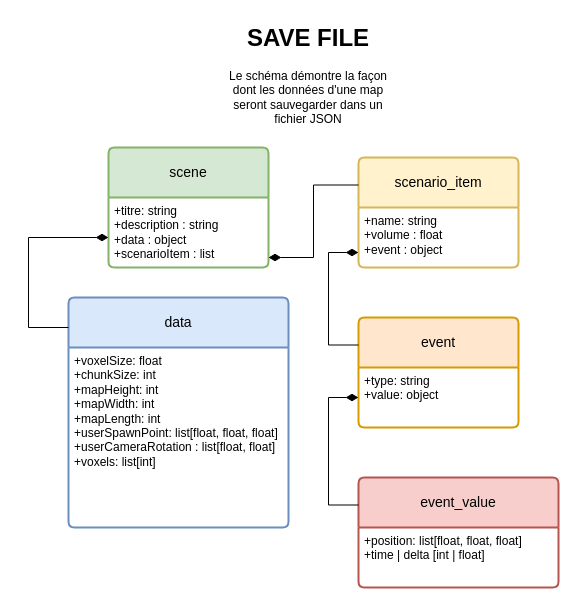
Cemecla/Acoustic-Tracing keeps this draw.io diagram as doc/UML/draw_format/ModeleMap.drawio. Above is the earlier version. Source tidied: cells renumbered, new cells numbered last; positions are measured from the earlier drawing's top-left corner, leaving out a move shared by most shapes. Both pictures are drawn from the tidied source at 100%, with x=0, y=0 at pixel (28, 17).
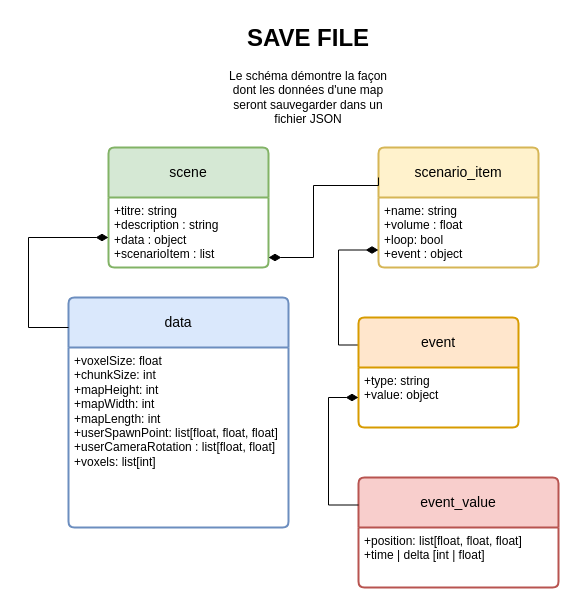
The same diagram, later.

The change refers to these unchanged cells:
```xml
<mxCell id="6" value="event" style="swimlane;horizontal=1;startSize=50;rounded=1;fontSize=14;fontStyle=0;strokeWidth=2;shadow=0;dashed=0;align=center;arcSize=4;whiteSpace=wrap;html=1;fillColor=#ffe6cc;strokeColor=#d79b00;" parent="1" vertex="1">
  <mxGeometry x="330" y="300" width="160" height="110" as="geometry" />
</mxCell>
```

The edit, as a diff of the source:
```diff
@@
     <mxCell id="4" value="scenario_item" style="swimlane;horizontal=1;startSize=50;rounded=1;fontSize=14;fontStyle=0;strokeWidth=2;shadow=0;dashed=0;align=center;arcSize=4;whiteSpace=wrap;html=1;fillColor=#fff2cc;strokeColor=#d6b656;" parent="1" vertex="1">
-      <mxGeometry x="330" y="140" width="160" height="110" as="geometry" />
+      <mxGeometry x="350" y="130" width="160" height="120" as="geometry" />
     </mxCell>
-    <mxCell id="5" value="+name: string&lt;div&gt;+volume : float&lt;br&gt;+event : object&lt;/div&gt;" style="align=left;strokeColor=none;fillColor=none;spacingLeft=4;spacingRight=4;fontSize=12;verticalAlign=top;html=1;whiteSpace=wrap;" parent="4" vertex="1">
-      <mxGeometry y="50" width="160" height="60" as="geometry" />
+    <mxCell id="5" value="+name: string&lt;div&gt;+volume : float&lt;/div&gt;&lt;div&gt;+loop: bool&lt;br&gt;+event : object&lt;/div&gt;" style="align=left;strokeColor=none;fillColor=none;spacingLeft=4;spacingRight=4;fontSize=12;verticalAlign=top;html=1;whiteSpace=wrap;" parent="4" vertex="1">
+      <mxGeometry y="50" width="160" height="70" as="geometry" />
     </mxCell>
+    <mxCell id="17" style="edgeStyle=orthogonalEdgeStyle;rounded=0;jettySize=auto;html=1;exitX=0;exitY=0.25;exitDx=0;exitDy=0;entryX=0;entryY=0.75;entryDx=0;entryDy=0;endArrow=diamondThin;endFill=1;strokeWidth=1;endSize=10;" parent="1" edge="1" source="6" target="5">
+      <mxGeometry relative="1" as="geometry" />
+    </mxCell>
@@
-    <mxCell id="14" style="edgeStyle=orthogonalEdgeStyle;rounded=0;jettySize=auto;html=1;exitX=0;exitY=0.75;exitDx=0;exitDy=0;entryX=0;entryY=0.25;entryDx=0;entryDy=0;endArrow=none;startFill=1;startArrow=diamondThin;endSize=5;startSize=10;" parent="1" edge="1" source="5" target="6">
-      <mxGeometry relative="1" as="geometry">
-        <Array as="points">
-          <mxPoint x="300" y="235" />
-          <mxPoint x="300" y="328" />
-        </Array>
-      </mxGeometry>
-    </mxCell>
```
